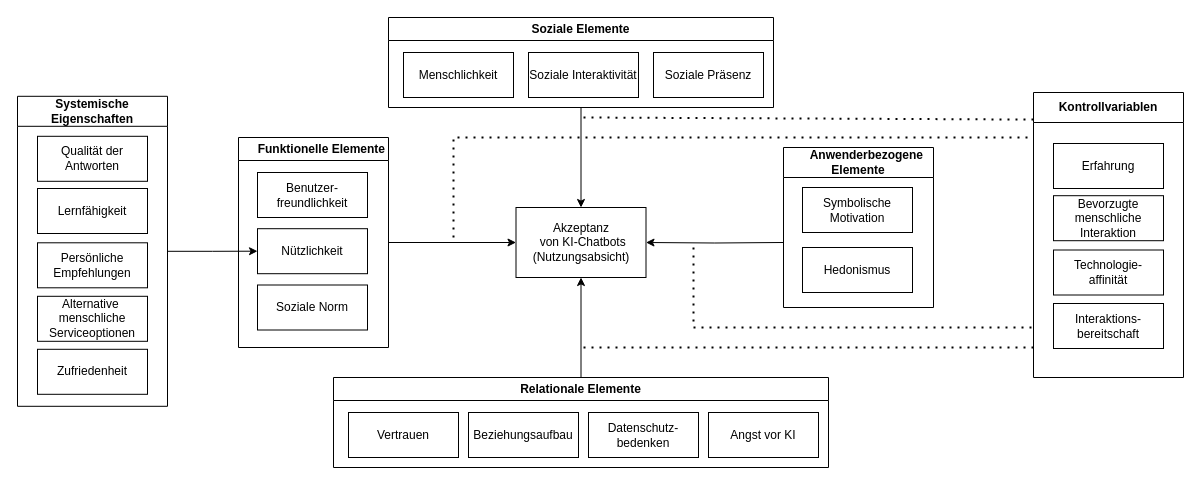
This is sRAM.drawio from Frododo12/Web-Technologie, a draw.io file, before an edit. Source tidied: cells renumbered, new cells numbered last; positions are measured from the earlier drawing's top-left corner, leaving out a move shared by most shapes. Both pictures are drawn from the tidied source at 100%, with x=0, y=0 at pixel (17, 17).
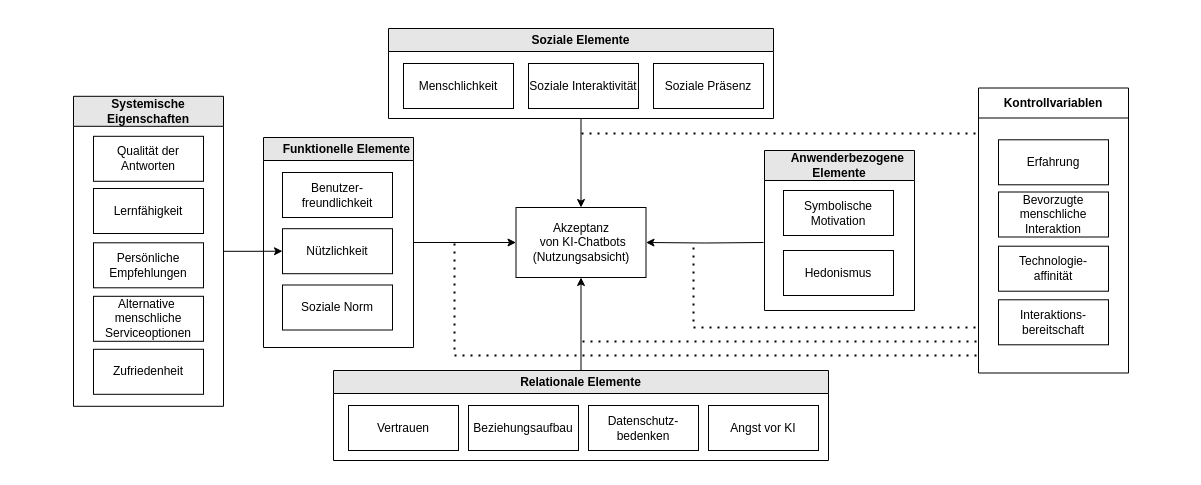
Above is the later version.

Unchanged cells that the change refers to:
```xml
<mxCell id="2" value="Akzeptanz&lt;br&gt;&amp;nbsp;von KI-Chatbots&lt;br&gt;(Nutzungsabsicht)" style="rounded=0;whiteSpace=wrap;html=1;" parent="1" vertex="1">
  <mxGeometry x="498.5" y="190" width="130" height="70" as="geometry" />
</mxCell>
```

Diff of the diagram source:
```diff
@@
-    <mxCell id="4" value="Relationale Elemente" style="swimlane;whiteSpace=wrap;html=1;" parent="1" vertex="1">
-      <mxGeometry x="316" y="360" width="495" height="90" as="geometry" />
+    <mxCell id="4" value="Relationale Elemente" style="swimlane;whiteSpace=wrap;html=1;fillColor=#E6E6E6;strokeColor=#000000;" parent="1" vertex="1">
+      <mxGeometry x="316" y="353" width="495" height="90" as="geometry" />
     </mxCell>
@@
-    <mxCell id="10" value="&amp;nbsp; &amp;nbsp; &amp;nbsp;Funktionelle Elemente" style="swimlane;whiteSpace=wrap;html=1;" parent="1" vertex="1">
-      <mxGeometry x="221" y="120" width="150" height="210" as="geometry" />
+    <mxCell id="10" value="&amp;nbsp; &amp;nbsp; &amp;nbsp;Funktionelle Elemente" style="swimlane;whiteSpace=wrap;html=1;fillColor=#E6E6E6;" parent="1" vertex="1">
+      <mxGeometry x="246" y="120" width="150" height="210" as="geometry" />
     </mxCell>
@@
-    <mxCell id="15" value="Soziale Elemente" style="swimlane;whiteSpace=wrap;html=1;" parent="1" vertex="1">
-      <mxGeometry x="371" width="385" height="90" as="geometry" />
+    <mxCell id="15" value="Soziale Elemente" style="swimlane;whiteSpace=wrap;html=1;fillColor=#E6E6E6;" parent="1" vertex="1">
+      <mxGeometry x="371" y="11" width="385" height="90" as="geometry" />
     </mxCell>
@@
     <mxCell id="19" style="edgeStyle=orthogonalEdgeStyle;rounded=0;jettySize=auto;html=1;entryX=1;entryY=0.5;entryDx=0;entryDy=0;" parent="1" edge="1" target="2">
       <mxGeometry relative="1" as="geometry">
-        <mxPoint x="766" y="225" as="sourcePoint" />
+        <mxPoint x="746" y="225" as="sourcePoint" />
       </mxGeometry>
     </mxCell>
-    <mxCell id="20" value="&amp;nbsp; &amp;nbsp; &amp;nbsp;Anwenderbezogene Elemente" style="swimlane;whiteSpace=wrap;html=1;startSize=30;" parent="1" vertex="1">
-      <mxGeometry x="766" y="130" width="150" height="160" as="geometry" />
+    <mxCell id="20" value="&amp;nbsp; &amp;nbsp; &amp;nbsp;Anwenderbezogene Elemente" style="swimlane;whiteSpace=wrap;html=1;startSize=30;fillColor=#E6E6E6;" parent="1" vertex="1">
+      <mxGeometry x="747" y="133" width="150" height="160" as="geometry" />
     </mxCell>
@@
-    <mxCell id="24" value="Systemische Eigenschaften" style="swimlane;whiteSpace=wrap;html=1;startSize=30;" parent="1" vertex="1">
-      <mxGeometry y="78.8" width="150" height="310" as="geometry" />
+    <mxCell id="24" value="Systemische Eigenschaften" style="swimlane;whiteSpace=wrap;html=1;startSize=30;fillColor=#E6E6E6;" parent="1" vertex="1">
+      <mxGeometry x="56" y="78.8" width="150" height="310" as="geometry" />
     </mxCell>
@@
-    <mxCell id="30" value="Kontrollvariablen" style="swimlane;whiteSpace=wrap;html=1;startSize=30;" parent="1" vertex="1">
-      <mxGeometry x="1016" y="75" width="150" height="285" as="geometry" />
+    <mxCell id="30" value="Kontrollvariablen" style="swimlane;whiteSpace=wrap;html=1;startSize=30;fillColor=#FFFFFF;" parent="1" vertex="1">
+      <mxGeometry x="961" y="70.5" width="150" height="285" as="geometry" />
     </mxCell>
-    <mxCell id="31" style="endArrow=none;dashed=1;html=1;dashPattern=1 3;strokeWidth=2;rounded=0;" parent="1" edge="1">
-      <mxGeometry relative="1" as="geometry">
-        <mxPoint x="566" y="330" as="sourcePoint" />
-        <mxPoint x="1016" y="330" as="targetPoint" />
-      </mxGeometry>
-    </mxCell>
-    <mxCell id="32" style="endArrow=none;dashed=1;html=1;dashPattern=1 3;strokeWidth=2;rounded=0;entryX=0.011;entryY=0.095;entryDx=0;entryDy=0;entryPerimeter=0;" parent="1" edge="1" target="30">
-      <mxGeometry relative="1" as="geometry">
-        <mxPoint x="566" y="100" as="sourcePoint" />
-      </mxGeometry>
-    </mxCell>
-    <mxCell id="33" style="endArrow=none;dashed=1;html=1;dashPattern=1 3;strokeWidth=2;rounded=0;" parent="1" edge="1">
-      <mxGeometry relative="1" as="geometry">
-        <mxPoint x="436" y="220" as="sourcePoint" />
-        <mxPoint x="1016" y="120" as="targetPoint" />
-        <Array as="points">
-          <mxPoint x="436" y="120" />
-          <mxPoint x="846" y="120" />
-        </Array>
-      </mxGeometry>
-    </mxCell>
-    <mxCell id="34" style="endArrow=none;dashed=1;html=1;dashPattern=1 3;strokeWidth=2;rounded=0;" parent="1" edge="1">
-      <mxGeometry relative="1" as="geometry">
-        <mxPoint x="676" y="230" as="sourcePoint" />
-        <mxPoint x="1016" y="310" as="targetPoint" />
-        <Array as="points">
-          <mxPoint x="676" y="310" />
-        </Array>
-      </mxGeometry>
-    </mxCell>
-    <mxCell id="35" value="Erfahrung" style="rounded=0;whiteSpace=wrap;html=1;" parent="1" vertex="1">
-      <mxGeometry x="1036" y="126" width="110" height="45" as="geometry" />
+    <mxCell id="35" value="Erfahrung" style="rounded=0;whiteSpace=wrap;html=1;" parent="30" vertex="1">
+      <mxGeometry x="20" y="51.8" width="110" height="45" as="geometry" />
     </mxCell>
-    <mxCell id="36" value="Bevorzugte menschliche Interaktion" style="rounded=0;whiteSpace=wrap;html=1;" parent="1" vertex="1">
-      <mxGeometry x="1036" y="178.2" width="110" height="45" as="geometry" />
+    <mxCell id="36" value="Bevorzugte menschliche Interaktion" style="rounded=0;whiteSpace=wrap;html=1;" parent="30" vertex="1">
+      <mxGeometry x="20" y="104" width="110" height="45" as="geometry" />
     </mxCell>
-    <mxCell id="37" value="Technologie-&lt;br&gt;affinität" style="rounded=0;whiteSpace=wrap;html=1;" parent="1" vertex="1">
-      <mxGeometry x="1036" y="232.5" width="110" height="45" as="geometry" />
+    <mxCell id="37" value="Technologie-&lt;br&gt;affinität" style="rounded=0;whiteSpace=wrap;html=1;" parent="30" vertex="1">
+      <mxGeometry x="20" y="158.2" width="110" height="45" as="geometry" />
     </mxCell>
-    <mxCell id="38" value="Interaktions-&lt;br&gt;bereitschaft" style="rounded=0;whiteSpace=wrap;html=1;" parent="1" vertex="1">
-      <mxGeometry x="1036" y="286" width="110" height="45" as="geometry" />
+    <mxCell id="38" value="Interaktions-&lt;br&gt;bereitschaft" style="rounded=0;whiteSpace=wrap;html=1;" parent="30" vertex="1">
+      <mxGeometry x="20" y="211.8" width="110" height="45" as="geometry" />
     </mxCell>
+    <mxCell id="31" style="endArrow=none;dashed=1;html=1;dashPattern=1 3;strokeWidth=2;rounded=0;" parent="1" edge="1">
+      <mxGeometry relative="1" as="geometry">
+        <mxPoint x="565" y="324" as="sourcePoint" />
+        <mxPoint x="961" y="324" as="targetPoint" />
+      </mxGeometry>
+    </mxCell>
+    <mxCell id="32" style="endArrow=none;dashed=1;html=1;dashPattern=1 3;strokeWidth=2;rounded=0;" parent="1" edge="1">
+      <mxGeometry relative="1" as="geometry">
+        <mxPoint x="564" y="116" as="sourcePoint" />
+        <mxPoint x="962" y="116" as="targetPoint" />
+      </mxGeometry>
+    </mxCell>
+    <mxCell id="34" style="endArrow=none;dashed=1;html=1;dashPattern=1 3;strokeWidth=2;rounded=0;" parent="1" edge="1">
+      <mxGeometry relative="1" as="geometry">
+        <mxPoint x="676" y="230" as="sourcePoint" />
+        <mxPoint x="962" y="310" as="targetPoint" />
+        <Array as="points">
+          <mxPoint x="676" y="310" />
+        </Array>
+      </mxGeometry>
+    </mxCell>
+    <mxCell id="39" style="endArrow=none;dashed=1;html=1;dashPattern=1 3;strokeWidth=2;rounded=0;" parent="1" edge="1">
+      <mxGeometry relative="1" as="geometry">
+        <mxPoint x="437" y="226" as="sourcePoint" />
+        <mxPoint x="961" y="338" as="targetPoint" />
+        <Array as="points">
+          <mxPoint x="437" y="338" />
+        </Array>
+      </mxGeometry>
+    </mxCell>
```
